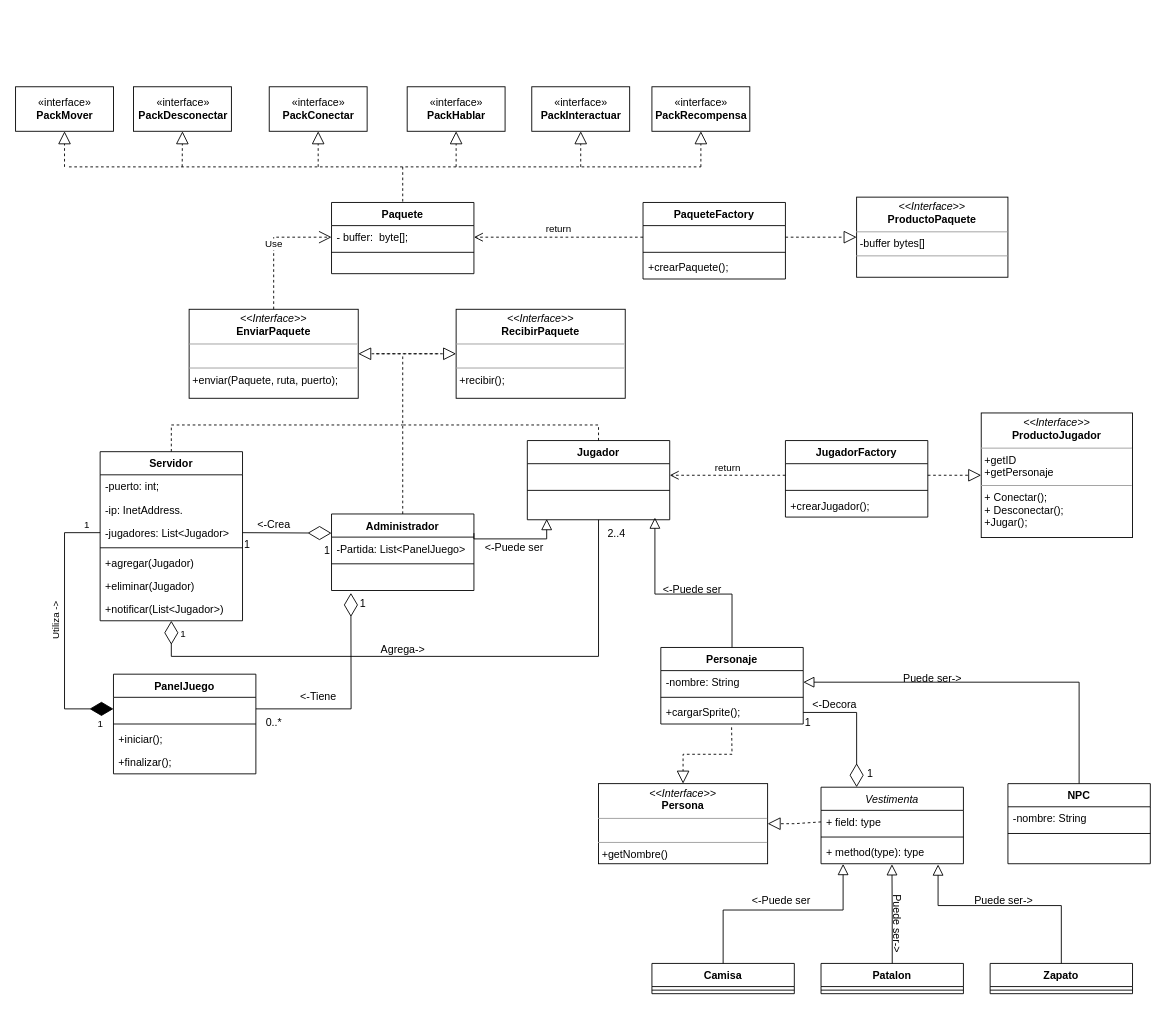
Before: page "Diagrama de clases" (2 of 8) of UML/UML.drawio in Carlos19men/EcoCrossing, a draw.io diagram. Source tidied: cells renumbered, new cells numbered last; positions are measured from the earlier drawing's top-left corner, leaving out a move shared by most shapes. Both pictures are drawn from the tidied source at 89%, with x=0, y=0 at pixel (15, 86).
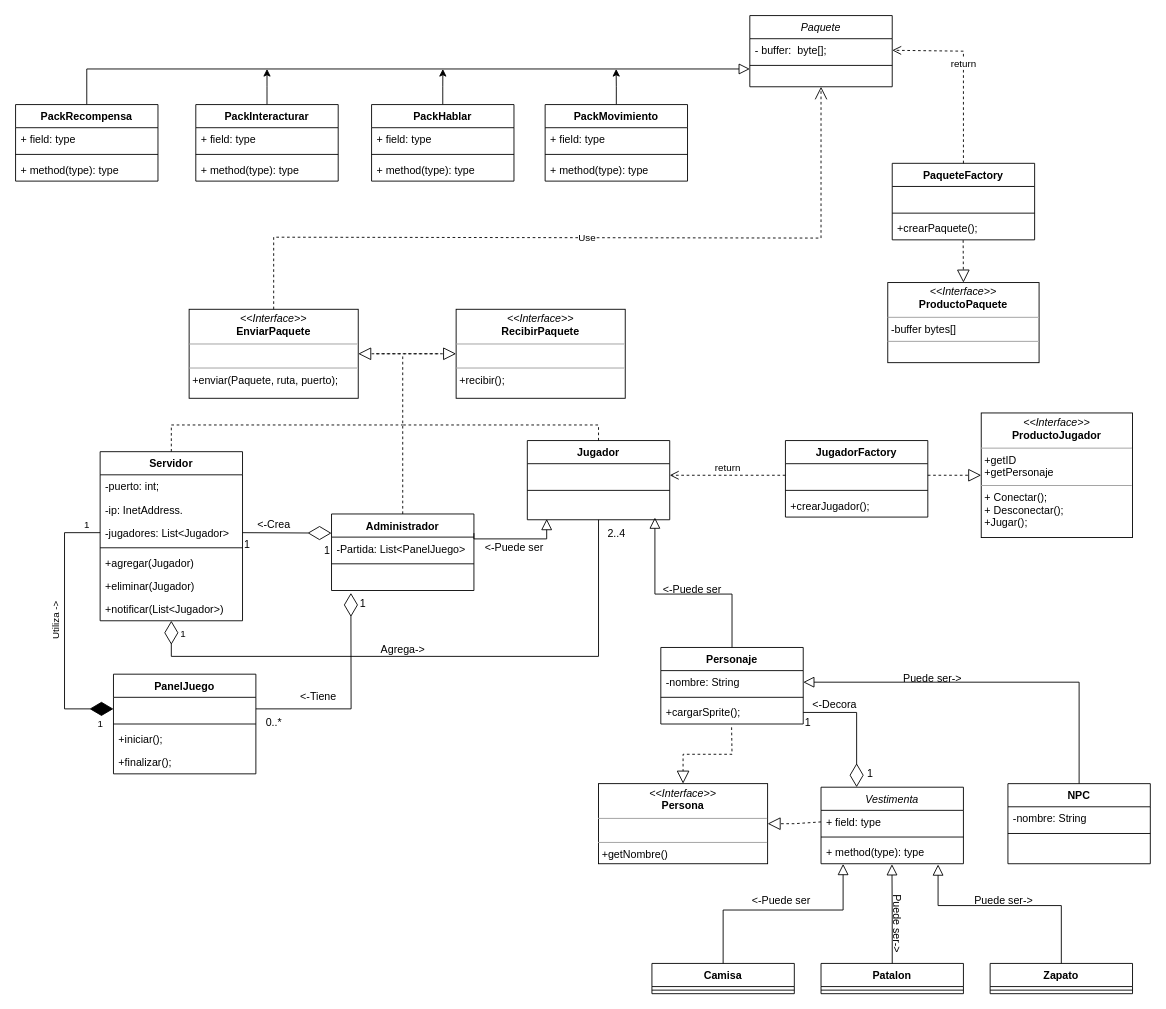
Above is the later version.

Unchanged cells that the change refers to:
```xml
<mxCell id="56" value="&lt;p style=&quot;margin:0px;margin-top:4px;text-align:center;&quot;&gt;&lt;i&gt;&amp;lt;&amp;lt;Interface&amp;gt;&amp;gt;&lt;/i&gt;&lt;br&gt;&lt;b&gt;EnviarPaquete&lt;/b&gt;&lt;/p&gt;&lt;hr size=&quot;1&quot;&gt;&lt;p style=&quot;margin:0px;margin-left:4px;&quot;&gt;&lt;br&gt;&lt;/p&gt;&lt;hr size=&quot;1&quot;&gt;&lt;p style=&quot;margin:0px;margin-left:4px;&quot;&gt;+enviar(Paquete, ruta, puerto);&amp;nbsp;&lt;/p&gt;" style="verticalAlign=top;align=left;overflow=fill;fontSize=12;fontFamily=Helvetica;html=1;" parent="1" vertex="1">
  <mxGeometry x="195" y="250" width="190" height="100" as="geometry" />
</mxCell>
<mxCell id="81" value="- buffer:  byte[]; " style="text;align=left;verticalAlign=top;spacingLeft=4;spacingRight=4;overflow=hidden;points=[[0,0.5],[1,0.5]];portConstraint=eastwest;" parent="79" vertex="1">
  <mxGeometry y="26" width="160" height="26" as="geometry" />
</mxCell>
<mxCell id="84" value=" " style="text;strokeColor=none;fillColor=none;align=left;verticalAlign=top;spacingLeft=4;spacingRight=4;overflow=hidden;points=[[0,0.5],[1,0.5]];portConstraint=eastwest;" parent="83" vertex="1">
  <mxGeometry y="26" width="160" height="26" as="geometry" />
</mxCell>
<mxCell id="86" value="+crearPaquete(); " style="text;strokeColor=none;fillColor=none;align=left;verticalAlign=top;spacingLeft=4;spacingRight=4;overflow=hidden;points=[[0,0.5],[1,0.5]];portConstraint=eastwest;" parent="83" vertex="1">
  <mxGeometry y="60" width="160" height="26" as="geometry" />
</mxCell>
```

The edit, as a diff of the source:
```diff
@@
     <mxCell id="63" value="&lt;p style=&quot;margin:0px;margin-top:4px;text-align:center;&quot;&gt;&lt;i&gt;&amp;lt;&amp;lt;Interface&amp;gt;&amp;gt;&lt;/i&gt;&lt;br&gt;&lt;b&gt;ProductoPaquete&lt;/b&gt;&lt;/p&gt;&lt;hr size=&quot;1&quot;&gt;&lt;p style=&quot;margin:0px;margin-left:4px;&quot;&gt;-buffer bytes[]&lt;/p&gt;&lt;hr size=&quot;1&quot;&gt;&lt;p style=&quot;margin:0px;margin-left:4px;&quot;&gt;&lt;br&gt;&lt;/p&gt;" style="verticalAlign=top;align=left;overflow=fill;fontSize=12;fontFamily=Helvetica;html=1;" parent="1" vertex="1">
-      <mxGeometry x="945" y="124" width="170" height="90" as="geometry" />
+      <mxGeometry x="980" y="220" width="170" height="90" as="geometry" />
     </mxCell>
-    <mxCell id="64" value="Use" style="endArrow=open;endSize=12;dashed=1;html=1;rounded=0;exitX=0.5;exitY=0;exitDx=0;exitDy=0;entryX=0;entryY=0.5;entryDx=0;entryDy=0;" parent="1" edge="1" source="56" target="81">
+    <mxCell id="64" value="Use" style="endArrow=open;endSize=12;dashed=1;html=1;rounded=0;exitX=0.5;exitY=0;exitDx=0;exitDy=0;entryX=0.5;entryY=1;entryDx=0;entryDy=0;" parent="1" edge="1" source="56" target="80">
       <mxGeometry relative="1" as="geometry">
         <Array as="points">
           <mxPoint x="290" y="169" />
+          <mxPoint x="905" y="170" />
         </Array>
       </mxGeometry>
     </mxCell>
-    <mxCell id="65" value="«interface»&lt;br&gt;&lt;b&gt;PackInteractuar&lt;/b&gt;" style="html=1;" parent="1" vertex="1">
-      <mxGeometry x="580" width="110" height="50" as="geometry" />
-    </mxCell>
-    <mxCell id="66" value="«interface»&lt;br&gt;&lt;b&gt;PackHablar&lt;/b&gt;" style="html=1;" parent="1" vertex="1">
-      <mxGeometry x="440" width="110" height="50" as="geometry" />
-    </mxCell>
-    <mxCell id="67" value="«interface»&lt;br&gt;&lt;b&gt;PackMover&lt;/b&gt;" style="html=1;" parent="1" vertex="1">
-      <mxGeometry width="110" height="50" as="geometry" />
-    </mxCell>
-    <mxCell id="68" value="«interface»&lt;br&gt;&lt;b&gt;PackRecompensa&lt;/b&gt;" style="html=1;" parent="1" vertex="1">
-      <mxGeometry x="715" width="110" height="50" as="geometry" />
-    </mxCell>
-    <mxCell id="69" value="«interface»&lt;br&gt;&lt;b&gt;PackConectar&lt;/b&gt;" style="html=1;" parent="1" vertex="1">
-      <mxGeometry x="285" width="110" height="50" as="geometry" />
-    </mxCell>
-    <mxCell id="70" value="«interface»&lt;br&gt;&lt;b&gt;PackDesconectar&lt;/b&gt;" style="html=1;" parent="1" vertex="1">
-      <mxGeometry x="132.5" width="110" height="50" as="geometry" />
-    </mxCell>
-    <mxCell id="71" style="endArrow=block;dashed=1;endFill=0;endSize=12;html=1;rounded=0;entryX=0.5;entryY=1;entryDx=0;entryDy=0;" parent="1" edge="1" target="67">
-      <mxGeometry relative="1" as="geometry">
-        <mxPoint x="55" y="90" as="sourcePoint" />
-      </mxGeometry>
-    </mxCell>
-    <mxCell id="72" style="endArrow=block;dashed=1;endFill=0;endSize=12;html=1;rounded=0;entryX=0.5;entryY=1;entryDx=0;entryDy=0;" parent="1" edge="1" target="70">
-      <mxGeometry relative="1" as="geometry">
-        <mxPoint x="187.2" y="90" as="sourcePoint" />
-      </mxGeometry>
-    </mxCell>
-    <mxCell id="73" style="endArrow=block;dashed=1;endFill=0;endSize=12;html=1;rounded=0;entryX=0.5;entryY=1;entryDx=0;entryDy=0;" parent="1" edge="1" target="69">
-      <mxGeometry relative="1" as="geometry">
-        <mxPoint x="340" y="90" as="sourcePoint" />
-      </mxGeometry>
-    </mxCell>
-    <mxCell id="74" style="endArrow=block;dashed=1;endFill=0;endSize=12;html=1;rounded=0;entryX=0.5;entryY=1;entryDx=0;entryDy=0;" parent="1" edge="1" target="66">
-      <mxGeometry relative="1" as="geometry">
-        <mxPoint x="495" y="90" as="sourcePoint" />
-      </mxGeometry>
-    </mxCell>
-    <mxCell id="75" style="endArrow=block;dashed=1;endFill=0;endSize=12;html=1;rounded=0;entryX=0.5;entryY=1;entryDx=0;entryDy=0;" parent="1" edge="1" target="65">
-      <mxGeometry relative="1" as="geometry">
-        <mxPoint x="635" y="90" as="sourcePoint" />
-      </mxGeometry>
-    </mxCell>
-    <mxCell id="76" style="endArrow=block;dashed=1;endFill=0;endSize=12;html=1;rounded=0;entryX=0.5;entryY=1;entryDx=0;entryDy=0;" parent="1" edge="1" target="68">
-      <mxGeometry relative="1" as="geometry">
-        <mxPoint x="770" y="90" as="sourcePoint" />
-      </mxGeometry>
-    </mxCell>
-    <mxCell id="77" style="endArrow=none;dashed=1;html=1;rounded=0;" parent="1" edge="1">
-      <mxGeometry relative="1" as="geometry">
-        <mxPoint x="60" y="90" as="sourcePoint" />
-        <mxPoint x="770" y="90" as="targetPoint" />
-      </mxGeometry>
-    </mxCell>
-    <mxCell id="78" style="endArrow=none;dashed=1;html=1;rounded=0;entryX=0.5;entryY=0;entryDx=0;entryDy=0;" parent="1" edge="1" target="80">
-      <mxGeometry relative="1" as="geometry">
-        <mxPoint x="435" y="90" as="sourcePoint" />
-      </mxGeometry>
-    </mxCell>
     <mxCell id="79" style="group;" parent="1" vertex="1">
-      <mxGeometry x="355" y="130" width="160" height="80" as="geometry" />
+      <mxGeometry x="825" y="-80" width="160" height="80" as="geometry" />
     </mxCell>
-    <mxCell id="80" value="Paquete" style="swimlane;fontStyle=1;align=center;verticalAlign=top;horizontal=1;startSize=26;rounded=0;shadow=0;strokeWidth=1;" parent="79" vertex="1">
+    <mxCell id="80" value="Paquete" style="swimlane;fontStyle=2;align=center;verticalAlign=top;horizontal=1;startSize=26;rounded=0;shadow=0;strokeWidth=1;" parent="79" vertex="1">
       <mxGeometry width="160" height="80" as="geometry" />
     </mxCell>
@@
     <mxCell id="83" value="PaqueteFactory" style="swimlane;fontStyle=1;align=center;verticalAlign=top;horizontal=1;startSize=26;" parent="1" vertex="1">
-      <mxGeometry x="705" y="130" width="160" height="86" as="geometry" />
+      <mxGeometry x="985" y="86" width="160" height="86" as="geometry" />
     </mxCell>
@@
-    <mxCell id="87" style="endArrow=block;dashed=1;endFill=0;endSize=12;html=1;rounded=0;exitX=1;exitY=0.5;exitDx=0;exitDy=0;entryX=0;entryY=0.5;entryDx=0;entryDy=0;" parent="1" edge="1" source="84" target="63">
+    <mxCell id="87" style="endArrow=block;dashed=1;endFill=0;endSize=12;html=1;rounded=0;exitX=0.498;exitY=1.013;exitDx=0;exitDy=0;entryX=0.5;entryY=0;entryDx=0;entryDy=0;exitPerimeter=0;" parent="1" edge="1" source="86" target="63">
       <mxGeometry relative="1" as="geometry" />
     </mxCell>
-    <mxCell id="88" value="return" style="html=1;verticalAlign=bottom;endArrow=open;dashed=1;endSize=8;rounded=0;exitX=0;exitY=0.5;exitDx=0;exitDy=0;entryX=1;entryY=0.5;entryDx=0;entryDy=0;" parent="1" edge="1" source="84" target="81">
-      <mxGeometry relative="1" as="geometry" />
+    <mxCell id="88" value="return" style="html=1;verticalAlign=bottom;endArrow=open;dashed=1;endSize=8;rounded=0;exitX=0.5;exitY=0;exitDx=0;exitDy=0;entryX=1;entryY=0.5;entryDx=0;entryDy=0;" parent="1" edge="1" source="83" target="81">
+      <mxGeometry relative="1" as="geometry">
+        <Array as="points">
+          <mxPoint x="1065" y="-40" />
+        </Array>
+      </mxGeometry>
     </mxCell>
@@
+    <mxCell id="115" style="endArrow=block;endSize=10;endFill=0;shadow=0;strokeWidth=1;rounded=0;edgeStyle=elbowEdgeStyle;elbow=vertical;entryX=0;entryY=0.75;entryDx=0;entryDy=0;exitX=0.5;exitY=0;exitDx=0;exitDy=0;" parent="1" edge="1" source="131" target="80">
+      <mxGeometry relative="1" as="geometry">
+        <Array as="points">
+          <mxPoint x="585" y="-20" />
+        </Array>
+      </mxGeometry>
+    </mxCell>
+    <mxCell id="116" style="edgeStyle=orthogonalEdgeStyle;rounded=0;jettySize=auto;html=1;exitX=0.5;exitY=0;exitDx=0;exitDy=0;" parent="1" edge="1" source="117">
+      <mxGeometry relative="1" as="geometry">
+        <mxPoint x="674.8" y="-20" as="targetPoint" />
+      </mxGeometry>
+    </mxCell>
+    <mxCell id="117" value="PackMovimiento" style="swimlane;fontStyle=1;align=center;verticalAlign=top;horizontal=1;startSize=26;" parent="1" vertex="1">
+      <mxGeometry x="595" y="20" width="160" height="86" as="geometry" />
+    </mxCell>
+    <mxCell id="118" value="+ field: type" style="text;strokeColor=none;fillColor=none;align=left;verticalAlign=top;spacingLeft=4;spacingRight=4;overflow=hidden;" parent="117" vertex="1">
+      <mxGeometry y="26" width="160" height="26" as="geometry" />
+    </mxCell>
+    <mxCell id="119" style="line;strokeWidth=1;fillColor=none;align=left;verticalAlign=middle;spacingTop=-1;spacingLeft=3;spacingRight=3;labelPosition=right;strokeColor=inherit;" parent="117" vertex="1">
+      <mxGeometry y="52" width="160" height="8" as="geometry" />
+    </mxCell>
+    <mxCell id="120" value="+ method(type): type" style="text;strokeColor=none;fillColor=none;align=left;verticalAlign=top;spacingLeft=4;spacingRight=4;overflow=hidden;" parent="117" vertex="1">
+      <mxGeometry y="60" width="160" height="26" as="geometry" />
+    </mxCell>
+    <mxCell id="121" style="edgeStyle=orthogonalEdgeStyle;rounded=0;jettySize=auto;html=1;exitX=0.5;exitY=0;exitDx=0;exitDy=0;" parent="1" edge="1" source="122">
+      <mxGeometry relative="1" as="geometry">
+        <mxPoint x="480.1" y="-20" as="targetPoint" />
+      </mxGeometry>
+    </mxCell>
+    <mxCell id="122" value="PackHablar" style="swimlane;fontStyle=1;align=center;verticalAlign=top;horizontal=1;startSize=26;" parent="1" vertex="1">
+      <mxGeometry x="400" y="20" width="160" height="86" as="geometry" />
+    </mxCell>
+    <mxCell id="123" value="+ field: type" style="text;strokeColor=none;fillColor=none;align=left;verticalAlign=top;spacingLeft=4;spacingRight=4;overflow=hidden;" parent="122" vertex="1">
+      <mxGeometry y="26" width="160" height="26" as="geometry" />
+    </mxCell>
+    <mxCell id="124" style="line;strokeWidth=1;fillColor=none;align=left;verticalAlign=middle;spacingTop=-1;spacingLeft=3;spacingRight=3;labelPosition=right;strokeColor=inherit;" parent="122" vertex="1">
+      <mxGeometry y="52" width="160" height="8" as="geometry" />
+    </mxCell>
+    <mxCell id="125" value="+ method(type): type" style="text;strokeColor=none;fillColor=none;align=left;verticalAlign=top;spacingLeft=4;spacingRight=4;overflow=hidden;" parent="122" vertex="1">
+      <mxGeometry y="60" width="160" height="26" as="geometry" />
+    </mxCell>
+    <mxCell id="126" style="edgeStyle=orthogonalEdgeStyle;rounded=0;jettySize=auto;html=1;exitX=0.5;exitY=0;exitDx=0;exitDy=0;" parent="1" edge="1" source="127">
+      <mxGeometry relative="1" as="geometry">
+        <mxPoint x="282.5" y="-20" as="targetPoint" />
+      </mxGeometry>
+    </mxCell>
+    <mxCell id="127" value="PackInteracturar" style="swimlane;fontStyle=1;align=center;verticalAlign=top;horizontal=1;startSize=26;" parent="1" vertex="1">
+      <mxGeometry x="202.5" y="20" width="160" height="86" as="geometry" />
+    </mxCell>
+    <mxCell id="128" value="+ field: type" style="text;strokeColor=none;fillColor=none;align=left;verticalAlign=top;spacingLeft=4;spacingRight=4;overflow=hidden;" parent="127" vertex="1">
+      <mxGeometry y="26" width="160" height="26" as="geometry" />
+    </mxCell>
+    <mxCell id="129" style="line;strokeWidth=1;fillColor=none;align=left;verticalAlign=middle;spacingTop=-1;spacingLeft=3;spacingRight=3;labelPosition=right;strokeColor=inherit;" parent="127" vertex="1">
+      <mxGeometry y="52" width="160" height="8" as="geometry" />
+    </mxCell>
+    <mxCell id="130" value="+ method(type): type" style="text;strokeColor=none;fillColor=none;align=left;verticalAlign=top;spacingLeft=4;spacingRight=4;overflow=hidden;" parent="127" vertex="1">
+      <mxGeometry y="60" width="160" height="26" as="geometry" />
+    </mxCell>
+    <mxCell id="131" value="PackRecompensa" style="swimlane;fontStyle=1;align=center;verticalAlign=top;horizontal=1;startSize=26;" parent="1" vertex="1">
+      <mxGeometry y="20" width="160" height="86" as="geometry" />
+    </mxCell>
+    <mxCell id="132" value="+ field: type" style="text;strokeColor=none;fillColor=none;align=left;verticalAlign=top;spacingLeft=4;spacingRight=4;overflow=hidden;" parent="131" vertex="1">
+      <mxGeometry y="26" width="160" height="26" as="geometry" />
+    </mxCell>
+    <mxCell id="133" style="line;strokeWidth=1;fillColor=none;align=left;verticalAlign=middle;spacingTop=-1;spacingLeft=3;spacingRight=3;labelPosition=right;strokeColor=inherit;" parent="131" vertex="1">
+      <mxGeometry y="52" width="160" height="8" as="geometry" />
+    </mxCell>
+    <mxCell id="134" value="+ method(type): type" style="text;strokeColor=none;fillColor=none;align=left;verticalAlign=top;spacingLeft=4;spacingRight=4;overflow=hidden;" parent="131" vertex="1">
+      <mxGeometry y="60" width="160" height="26" as="geometry" />
+    </mxCell>
```
